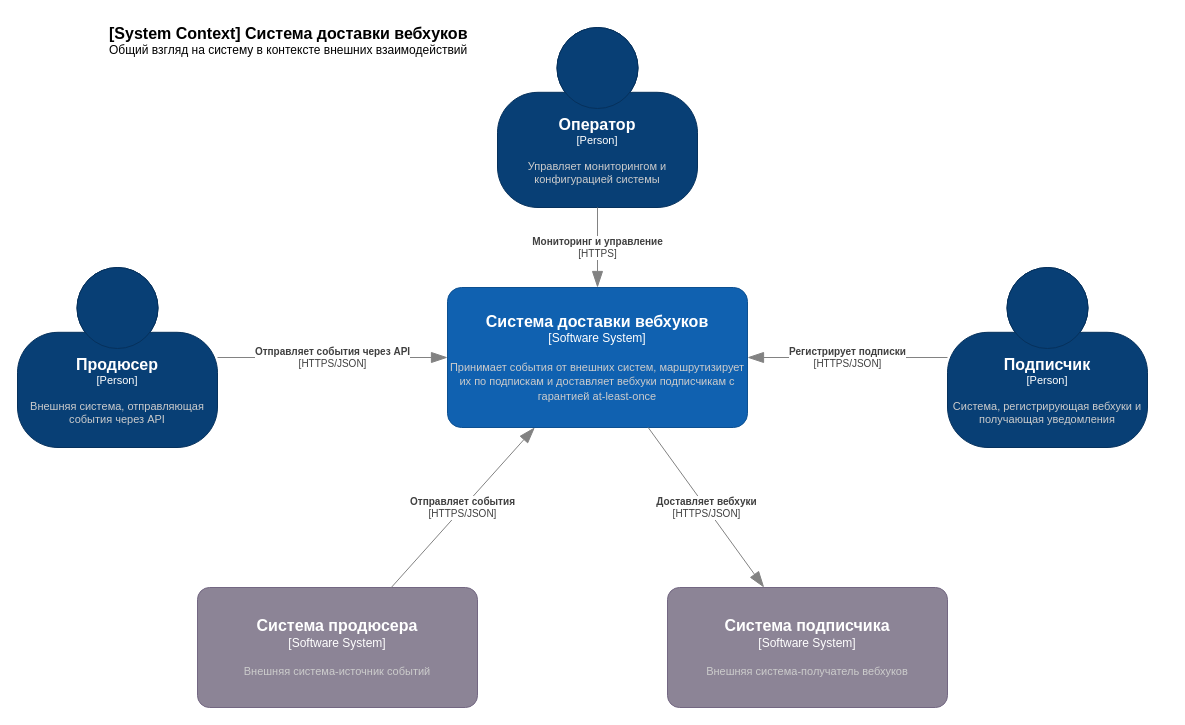
dws-1-2026-green/wiki keeps this draw.io diagram as page "System Context" (1 of 5) of docs/resources/c4-arch.drawio. Above is the earlier version. Source tidied: cells renumbered, new cells numbered last; positions are measured from the earlier drawing's top-left corner, leaving out a move shared by most shapes. Both pictures are drawn from the tidied source at 100%, with x=0, y=0 at pixel (17, 17).
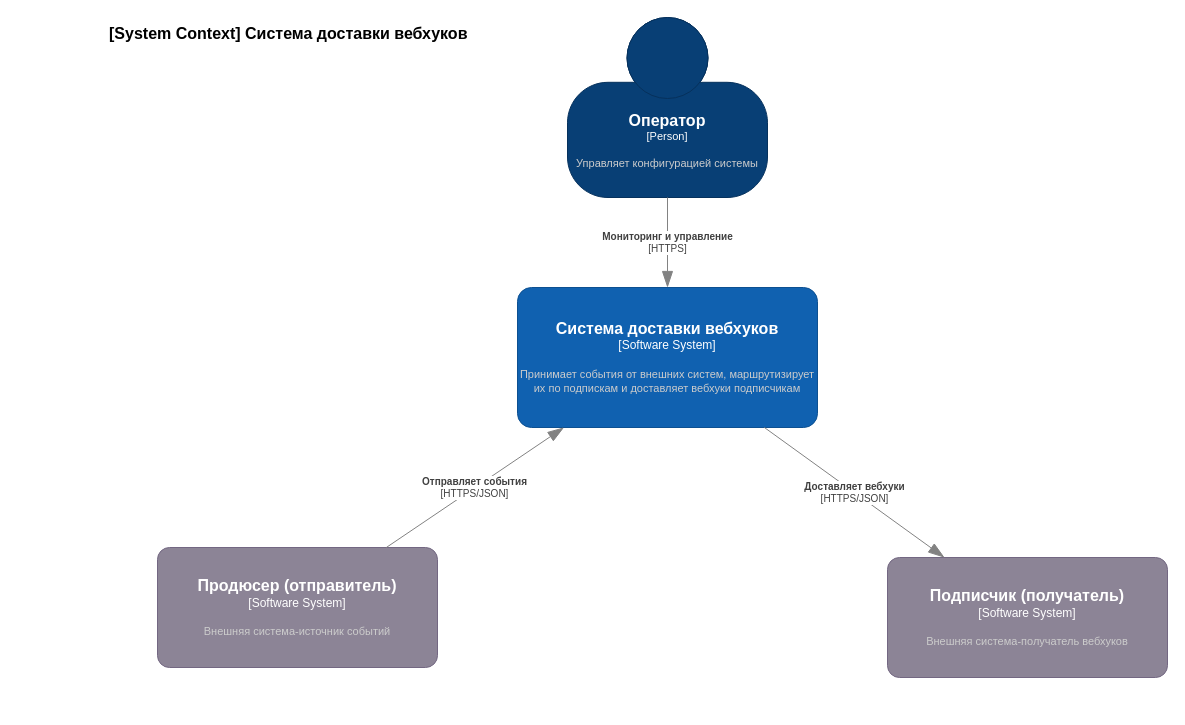
The same diagram, later.

What changed in the source:
```diff
@@
-    <object id="2" label="&lt;font style=&quot;font-size: 16px&quot;&gt;&lt;b&gt;&lt;div style=&quot;text-align: left&quot;&gt;%c4Name%&lt;/div&gt;&lt;/b&gt;&lt;/font&gt;&lt;div style=&quot;text-align: left&quot;&gt;%c4Description%&lt;/div&gt;" c4Description="Общий взгляд на систему в контексте внешних взаимодействий" c4Name="[System Context] Система доставки вебхуков" placeholders="1">
+    <object id="2" label="&lt;font style=&quot;font-size: 16px&quot;&gt;&lt;b&gt;&lt;div style=&quot;text-align: left&quot;&gt;%c4Name%&lt;/div&gt;&lt;/b&gt;&lt;/font&gt;&lt;div style=&quot;text-align: left&quot;&gt;%c4Description%&lt;/div&gt;" c4Description="" c4Name="[System Context] Система доставки вебхуков" placeholders="1">
       <mxCell style="text;html=1;strokeColor=none;fillColor=none;align=left;verticalAlign=top;whiteSpace=wrap;rounded=0;" parent="1" vertex="1">
         <mxGeometry x="90" width="400" height="60" as="geometry" />
       </mxCell>
     </object>
-    <object id="3" label="&lt;font style=&quot;font-size: 16px&quot;&gt;&lt;b&gt;%c4Name%&lt;/b&gt;&lt;/font&gt;&lt;div&gt;[%c4Type%]&lt;/div&gt;&lt;br&gt;&lt;div&gt;&lt;font style=&quot;font-size: 11px&quot;&gt;&lt;font color=&quot;#cccccc&quot;&gt;%c4Description%&lt;/font&gt;&lt;/div&gt;" c4Description="Внешняя система, отправляющая события через API" c4Name="Продюсер" c4Type="Person" placeholders="1">
-      <mxCell style="html=1;fontSize=11;dashed=0;whiteSpace=wrap;fillColor=#083F75;strokeColor=#06315C;fontColor=#ffffff;shape=mxgraph.c4.person2;align=center;points=[[0.5,0,0],[1,0.5,0],[1,0.75,0],[0.75,1,0],[0.5,1,0],[0.25,1,0],[0,0.75,0],[0,0.5,0]];" parent="1" vertex="1">
-        <mxGeometry y="250" width="200" height="180" as="geometry" />
-      </mxCell>
-    </object>
-    <object id="4" label="&lt;font style=&quot;font-size: 16px&quot;&gt;&lt;b&gt;%c4Name%&lt;/b&gt;&lt;/font&gt;&lt;div&gt;[%c4Type%]&lt;/div&gt;&lt;br&gt;&lt;div&gt;&lt;font style=&quot;font-size: 11px&quot;&gt;&lt;font color=&quot;#cccccc&quot;&gt;%c4Description%&lt;/font&gt;&lt;/div&gt;" c4Description="Система, регистрирующая вебхуки и получающая уведомления" c4Name="Подписчик" c4Type="Person" placeholders="1">
-      <mxCell style="html=1;fontSize=11;dashed=0;whiteSpace=wrap;fillColor=#083F75;strokeColor=#06315C;fontColor=#ffffff;shape=mxgraph.c4.person2;align=center;points=[[0.5,0,0],[1,0.5,0],[1,0.75,0],[0.75,1,0],[0.5,1,0],[0.25,1,0],[0,0.75,0],[0,0.5,0]];" parent="1" vertex="1">
-        <mxGeometry x="930" y="250" width="200" height="180" as="geometry" />
-      </mxCell>
-    </object>
-    <object id="5" label="&lt;font style=&quot;font-size: 16px&quot;&gt;&lt;b&gt;%c4Name%&lt;/b&gt;&lt;/font&gt;&lt;div&gt;[%c4Type%]&lt;/div&gt;&lt;br&gt;&lt;div&gt;&lt;font style=&quot;font-size: 11px&quot;&gt;&lt;font color=&quot;#cccccc&quot;&gt;%c4Description%&lt;/font&gt;&lt;/div&gt;" c4Description="Управляет мониторингом и конфигурацией системы" c4Name="Оператор" c4Type="Person" placeholders="1">
+    <object id="5" label="&lt;font style=&quot;font-size: 16px&quot;&gt;&lt;b&gt;%c4Name%&lt;/b&gt;&lt;/font&gt;&lt;div&gt;[%c4Type%]&lt;/div&gt;&lt;br&gt;&lt;div&gt;&lt;font style=&quot;font-size: 11px&quot;&gt;&lt;font color=&quot;#cccccc&quot;&gt;%c4Description%&lt;/font&gt;&lt;/div&gt;" c4Description="Управляет конфигурацией системы" c4Name="Оператор" c4Type="Person" placeholders="1">
       <mxCell style="html=1;fontSize=11;dashed=0;whiteSpace=wrap;fillColor=#083F75;strokeColor=#06315C;fontColor=#ffffff;shape=mxgraph.c4.person2;align=center;points=[[0.5,0,0],[1,0.5,0],[1,0.75,0],[0.75,1,0],[0.5,1,0],[0.25,1,0],[0,0.75,0],[0,0.5,0]];" parent="1" vertex="1">
-        <mxGeometry x="480" y="10" width="200" height="180" as="geometry" />
+        <mxGeometry x="550" width="200" height="180" as="geometry" />
       </mxCell>
     </object>
-    <object id="6" label="&lt;font style=&quot;font-size: 16px&quot;&gt;&lt;b&gt;%c4Name%&lt;/b&gt;&lt;/font&gt;&lt;div&gt;[%c4Type%]&lt;/div&gt;&lt;br&gt;&lt;div&gt;&lt;font style=&quot;font-size: 11px&quot;&gt;&lt;font color=&quot;#cccccc&quot;&gt;%c4Description%&lt;/font&gt;&lt;/div&gt;" c4Description="Принимает события от внешних систем, маршрутизирует их по подпискам и доставляет вебхуки подписчикам с гарантией at-least-once" c4Name="Система доставки вебхуков" c4Type="Software System" placeholders="1">
+    <object id="6" label="&lt;font style=&quot;font-size: 16px&quot;&gt;&lt;b&gt;%c4Name%&lt;/b&gt;&lt;/font&gt;&lt;div&gt;[%c4Type%]&lt;/div&gt;&lt;br&gt;&lt;div&gt;&lt;font style=&quot;font-size: 11px&quot;&gt;&lt;font color=&quot;#cccccc&quot;&gt;%c4Description%&lt;/font&gt;&lt;/div&gt;" c4Description="Принимает события от внешних систем, маршрутизирует их по подпискам и доставляет вебхуки подписчикам" c4Name="Система доставки вебхуков" c4Type="Software System" placeholders="1">
       <mxCell style="rounded=1;whiteSpace=wrap;html=1;labelBackgroundColor=none;fillColor=#1061B0;fontColor=#ffffff;align=center;arcSize=10;strokeColor=#0D5091;points=[[0.25,0,0],[0.5,0,0],[0.75,0,0],[1,0.25,0],[1,0.5,0],[1,0.75,0],[0.75,1,0],[0.5,1,0],[0.25,1,0],[0,0.75,0],[0,0.5,0],[0,0.25,0]];" parent="1" vertex="1">
-        <mxGeometry x="430" y="270" width="300" height="140" as="geometry" />
+        <mxGeometry x="500" y="270" width="300" height="140" as="geometry" />
       </mxCell>
     </object>
-    <object id="7" label="&lt;font style=&quot;font-size: 16px&quot;&gt;&lt;b&gt;%c4Name%&lt;/b&gt;&lt;/font&gt;&lt;div&gt;[%c4Type%]&lt;/div&gt;&lt;br&gt;&lt;div&gt;&lt;font style=&quot;font-size: 11px&quot;&gt;&lt;font color=&quot;#cccccc&quot;&gt;%c4Description%&lt;/font&gt;&lt;/div&gt;" c4Description="Внешняя система-источник событий" c4Name="Система продюсера" c4Type="Software System" placeholders="1">
+    <object id="7" label="&lt;font style=&quot;font-size: 16px&quot;&gt;&lt;b&gt;%c4Name%&lt;/b&gt;&lt;/font&gt;&lt;div&gt;[%c4Type%]&lt;/div&gt;&lt;br&gt;&lt;div&gt;&lt;font style=&quot;font-size: 11px&quot;&gt;&lt;font color=&quot;#cccccc&quot;&gt;%c4Description%&lt;/font&gt;&lt;/div&gt;" c4Description="Внешняя система-источник событий" c4Name="Продюсер (отправитель)" c4Type="Software System" placeholders="1">
       <mxCell style="rounded=1;whiteSpace=wrap;html=1;labelBackgroundColor=none;fillColor=#8C8496;fontColor=#ffffff;align=center;arcSize=10;strokeColor=#736782;points=[[0.25,0,0],[0.5,0,0],[0.75,0,0],[1,0.25,0],[1,0.5,0],[1,0.75,0],[0.75,1,0],[0.5,1,0],[0.25,1,0],[0,0.75,0],[0,0.5,0],[0,0.25,0]];" parent="1" vertex="1">
-        <mxGeometry x="180" y="570" width="280" height="120" as="geometry" />
+        <mxGeometry x="140" y="530" width="280" height="120" as="geometry" />
       </mxCell>
     </object>
-    <object id="8" label="&lt;font style=&quot;font-size: 16px&quot;&gt;&lt;b&gt;%c4Name%&lt;/b&gt;&lt;/font&gt;&lt;div&gt;[%c4Type%]&lt;/div&gt;&lt;br&gt;&lt;div&gt;&lt;font style=&quot;font-size: 11px&quot;&gt;&lt;font color=&quot;#cccccc&quot;&gt;%c4Description%&lt;/font&gt;&lt;/div&gt;" c4Description="Внешняя система-получатель вебхуков" c4Name="Система подписчика" c4Type="Software System" placeholders="1">
+    <object id="8" label="&lt;font style=&quot;font-size: 16px&quot;&gt;&lt;b&gt;%c4Name%&lt;/b&gt;&lt;/font&gt;&lt;div&gt;[%c4Type%]&lt;/div&gt;&lt;br&gt;&lt;div&gt;&lt;font style=&quot;font-size: 11px&quot;&gt;&lt;font color=&quot;#cccccc&quot;&gt;%c4Description%&lt;/font&gt;&lt;/div&gt;" c4Description="Внешняя система-получатель вебхуков" c4Name="Подписчик (получатель)" c4Type="Software System" placeholders="1">
       <mxCell style="rounded=1;whiteSpace=wrap;html=1;labelBackgroundColor=none;fillColor=#8C8496;fontColor=#ffffff;align=center;arcSize=10;strokeColor=#736782;points=[[0.25,0,0],[0.5,0,0],[0.75,0,0],[1,0.25,0],[1,0.5,0],[1,0.75,0],[0.75,1,0],[0.5,1,0],[0.25,1,0],[0,0.75,0],[0,0.5,0],[0,0.25,0]];" parent="1" vertex="1">
-        <mxGeometry x="650" y="570" width="280" height="120" as="geometry" />
+        <mxGeometry x="870" y="540" width="280" height="120" as="geometry" />
       </mxCell>
     </object>
@@
-    <object id="11" label="&lt;div style=&quot;text-align: left&quot;&gt;&lt;div style=&quot;text-align: center&quot;&gt;&lt;b&gt;%c4Description%&lt;/b&gt;&lt;/div&gt;&lt;div style=&quot;text-align: center&quot;&gt;[%c4Technology%]&lt;/div&gt;&lt;/div&gt;" c4Description="Регистрирует подписки" c4Technology="HTTPS/JSON" placeholders="1">
-      <mxCell style="endArrow=blockThin;html=1;fontSize=10;fontColor=#404040;strokeWidth=1;endFill=1;strokeColor=#828282;endSize=14;startSize=14;jumpStyle=arc;jumpSize=16;rounded=0;" parent="1" edge="1" source="4" target="6">
-        <mxGeometry relative="1" as="geometry" />
-      </mxCell>
-    </object>
-    <object id="12" label="&lt;div style=&quot;text-align: left&quot;&gt;&lt;div style=&quot;text-align: center&quot;&gt;&lt;b&gt;%c4Description%&lt;/b&gt;&lt;/div&gt;&lt;div style=&quot;text-align: center&quot;&gt;[%c4Technology%]&lt;/div&gt;&lt;/div&gt;" c4Description="Отправляет события через API" c4Technology="HTTPS/JSON" placeholders="1">
-      <mxCell style="endArrow=blockThin;html=1;fontSize=10;fontColor=#404040;strokeWidth=1;endFill=1;strokeColor=#828282;endSize=14;startSize=14;jumpStyle=arc;jumpSize=16;rounded=0;" parent="1" edge="1" source="3" target="6">
-        <mxGeometry relative="1" as="geometry" />
-      </mxCell>
-    </object>
```
